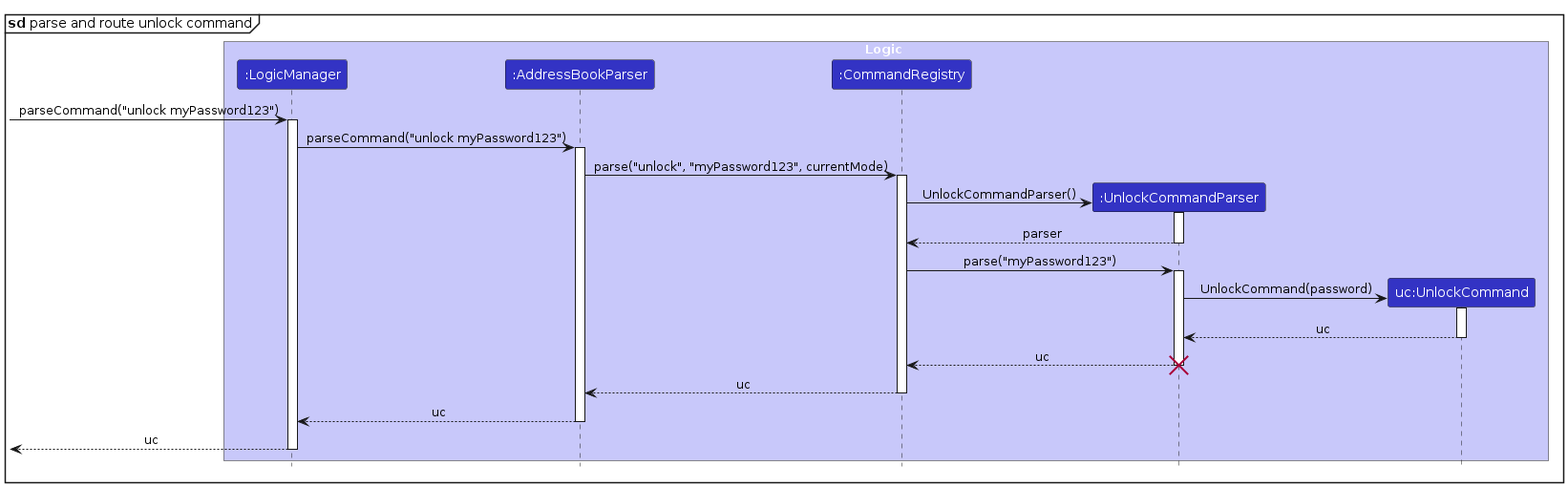
Above: diagrams/UnlockParseSequenceDiagram.png in AY2526S2-CS2103T-T15-2/tp (PlantUML), before the change. Its source is kept beside it as diagrams/UnlockParseSequenceDiagram.puml. Source of this version:
```plantuml
@startuml
!include style.puml
skinparam ArrowFontStyle plain

mainframe **sd** parse and route unlock command

box Logic LOGIC_COLOR_T1
participant ":LogicManager" as LogicManager LOGIC_COLOR
participant ":AddressBookParser" as AddressBookParser LOGIC_COLOR
participant ":CommandRegistry" as CommandRegistry LOGIC_COLOR
participant ":UnlockCommandParser" as UnlockCommandParser LOGIC_COLOR
participant "uc:UnlockCommand" as UnlockCommand LOGIC_COLOR
end box

[-> LogicManager : parseCommand("unlock myPassword123")
activate LogicManager

LogicManager -> AddressBookParser : parseCommand("unlock myPassword123")
activate AddressBookParser

AddressBookParser -> CommandRegistry : parse("unlock", "myPassword123", currentMode)
activate CommandRegistry

create UnlockCommandParser
CommandRegistry -> UnlockCommandParser : UnlockCommandParser()
activate UnlockCommandParser
UnlockCommandParser --> CommandRegistry : parser
deactivate UnlockCommandParser

CommandRegistry -> UnlockCommandParser : parse("myPassword123")
activate UnlockCommandParser

create UnlockCommand
UnlockCommandParser -> UnlockCommand : UnlockCommand(password)
activate UnlockCommand
UnlockCommand --> UnlockCommandParser : uc
deactivate UnlockCommand

UnlockCommandParser --> CommandRegistry : uc
deactivate UnlockCommandParser
destroy UnlockCommandParser

CommandRegistry --> AddressBookParser : uc
deactivate CommandRegistry

AddressBookParser --> LogicManager : uc
deactivate AddressBookParser

[<-- LogicManager : uc
deactivate LogicManager
@enduml
```
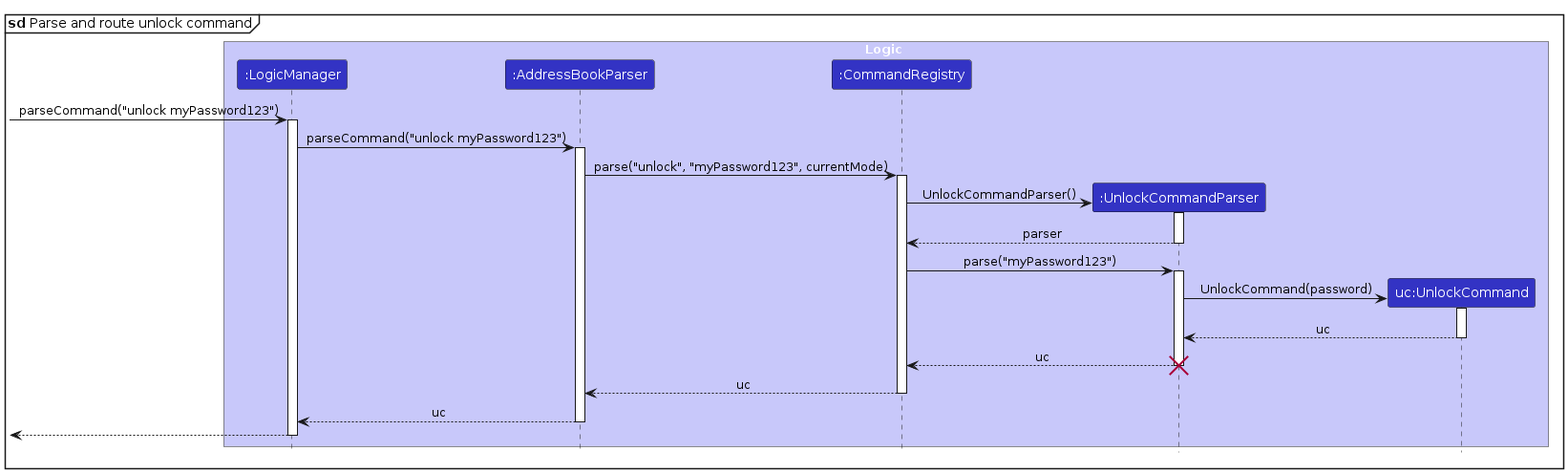
After the commit.

The edit, as a diff of the source:
```diff
@@ -2,7 +2,7 @@
 !include style.puml
 skinparam ArrowFontStyle plain
 
-mainframe **sd** parse and route unlock command
+mainframe **sd** Parse and route unlock command
 
 box Logic LOGIC_COLOR_T1
 participant ":LogicManager" as LogicManager LOGIC_COLOR
@@ -46,6 +46,6 @@
 AddressBookParser --> LogicManager : uc
 deactivate AddressBookParser
 
-[<-- LogicManager : uc
+[<-- LogicManager
 deactivate LogicManager
 @enduml
```
